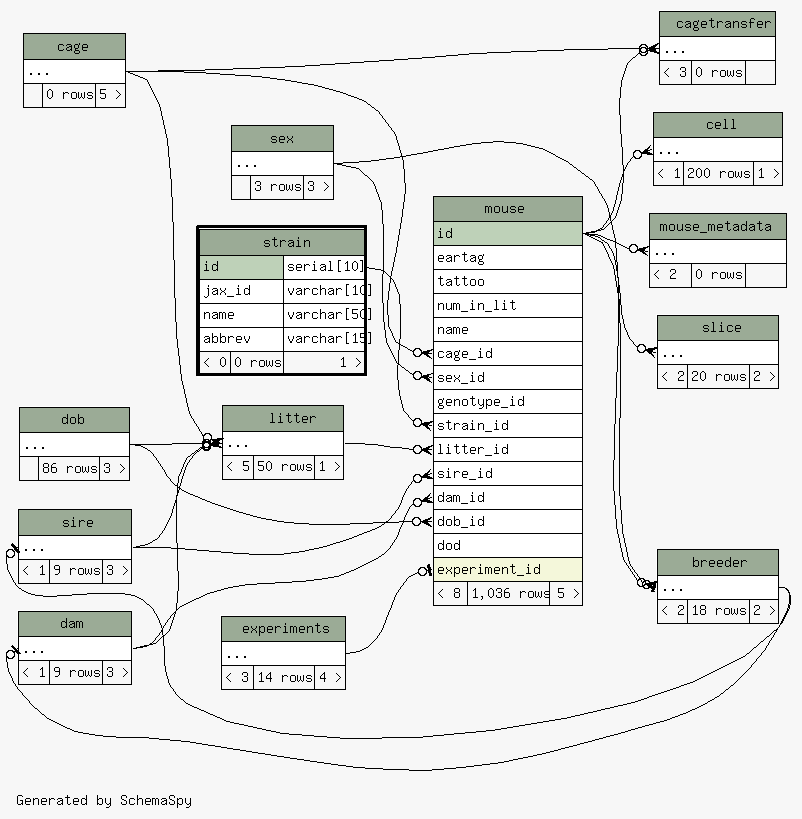
Above: database/ss/diagrams/strain.2degrees.png in tgbugs/mlab (Graphviz), before the change. Its source is kept beside it as database/ss/diagrams/strain.2degrees.dot.
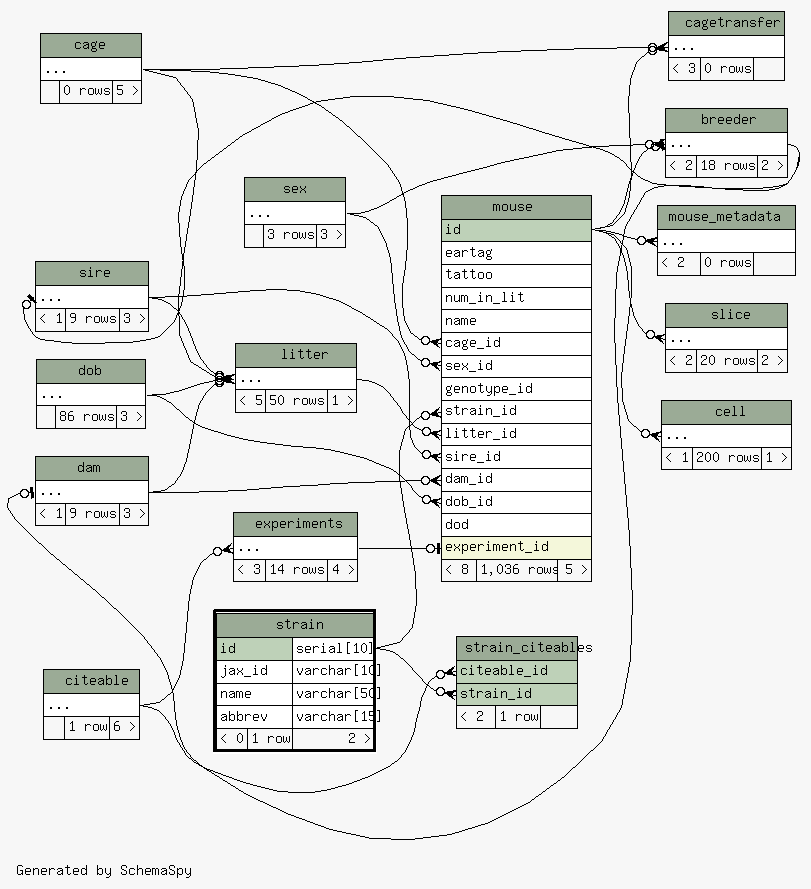
The same diagram one commit later.

Change to the diagram source:
```diff
@@ -24,6 +24,7 @@
   "cagetransfer":"elipses":w -> "cage":"elipses":e [arrowhead=none dir=back arrowtail=crowodot];
   "cell":"elipses":w -> "mouse":"id":e [arrowhead=none dir=back arrowtail=crowodot];
   "dam":"elipses":w -> "breeder":"elipses":e [arrowhead=none dir=back arrowtail=teeodot];
+  "experiments":"elipses":w -> "citeable":"elipses":e [arrowhead=none dir=back arrowtail=crowodot];
   "litter":"elipses":w -> "cage":"elipses":e [arrowhead=none dir=back arrowtail=crowodot];
   "litter":"elipses":w -> "dam":"elipses":e [arrowhead=none dir=back arrowtail=crowodot];
   "litter":"elipses":w -> "dob":"elipses":e [arrowhead=none dir=back arrowtail=crowodot];
@@ -39,6 +40,8 @@
   "mouse_metadata":"elipses":w -> "mouse":"id":e [arrowhead=none dir=back arrowtail=crowodot];
   "sire":"elipses":w -> "breeder":"elipses":e [arrowhead=none dir=back arrowtail=teeodot];
   "slice":"elipses":w -> "mouse":"id":e [arrowhead=none dir=back arrowtail=crowodot];
+  "strain_citeables":"citeable_id":w -> "citeable":"elipses":e [arrowhead=none dir=back arrowtail=crowodot];
+  "strain_citeables":"strain_id":w -> "strain":"id.type":e [arrowhead=none dir=back arrowtail=crowodot];
   "breeder" [
     label=<
     <TABLE BORDER="0" CELLBORDER="1" CELLSPACING="0" BGCOLOR="#ffffff">
@@ -78,6 +81,16 @@
     </TABLE>>
     URL="cell.html"
     tooltip="cell"
+  ];
+  "citeable" [
+    label=<
+    <TABLE BORDER="0" CELLBORDER="1" CELLSPACING="0" BGCOLOR="#ffffff">
+      <TR><TD COLSPAN="3" BGCOLOR="#9bab96" ALIGN="CENTER">citeable</TD></TR>
+      <TR><TD PORT="elipses" COLSPAN="3" ALIGN="LEFT">...</TD></TR>
+      <TR><TD ALIGN="LEFT" BGCOLOR="#f7f7f7">  </TD><TD ALIGN="RIGHT" BGCOLOR="#f7f7f7">1 row</TD><TD ALIGN="RIGHT" BGCOLOR="#f7f7f7">6 &gt;</TD></TR>
+    </TABLE>>
+    URL="citeable.html"
+    tooltip="citeable"
   ];
   "dam" [
     label=<
@@ -191,9 +204,20 @@
       <TR><TD PORT="jax_id" COLSPAN="2" ALIGN="LEFT">jax_id</TD><TD PORT="jax_id.type" ALIGN="LEFT">varchar[10]</TD></TR>
       <TR><TD PORT="name" COLSPAN="2" ALIGN="LEFT">name</TD><TD PORT="name.type" ALIGN="LEFT">varchar[50]</TD></TR>
       <TR><TD PORT="abbrev" COLSPAN="2" ALIGN="LEFT">abbrev</TD><TD PORT="abbrev.type" ALIGN="LEFT">varchar[15]</TD></TR>
-      <TR><TD ALIGN="LEFT" BGCOLOR="#f7f7f7">&lt; 0</TD><TD ALIGN="RIGHT" BGCOLOR="#f7f7f7">0 rows</TD><TD ALIGN="RIGHT" BGCOLOR="#f7f7f7">1 &gt;</TD></TR>
+      <TR><TD ALIGN="LEFT" BGCOLOR="#f7f7f7">&lt; 0</TD><TD ALIGN="RIGHT" BGCOLOR="#f7f7f7">1 row</TD><TD ALIGN="RIGHT" BGCOLOR="#f7f7f7">2 &gt;</TD></TR>
     </TABLE>>
     URL="strain.html"
     tooltip="strain"
   ];
+  "strain_citeables" [
+    label=<
+    <TABLE BORDER="0" CELLBORDER="1" CELLSPACING="0" BGCOLOR="#ffffff">
+      <TR><TD COLSPAN="3" BGCOLOR="#9bab96" ALIGN="CENTER">strain_citeables</TD></TR>
+      <TR><TD PORT="citeable_id" COLSPAN="3" BGCOLOR="#bed1b8" ALIGN="LEFT">citeable_id</TD></TR>
+      <TR><TD PORT="strain_id" COLSPAN="3" BGCOLOR="#bed1b8" ALIGN="LEFT">strain_id</TD></TR>
+      <TR><TD ALIGN="LEFT" BGCOLOR="#f7f7f7">&lt; 2</TD><TD ALIGN="RIGHT" BGCOLOR="#f7f7f7">1 row</TD><TD ALIGN="RIGHT" BGCOLOR="#f7f7f7">  </TD></TR>
+    </TABLE>>
+    URL="strain_citeables.html"
+    tooltip="strain_citeables"
+  ];
 }
```
